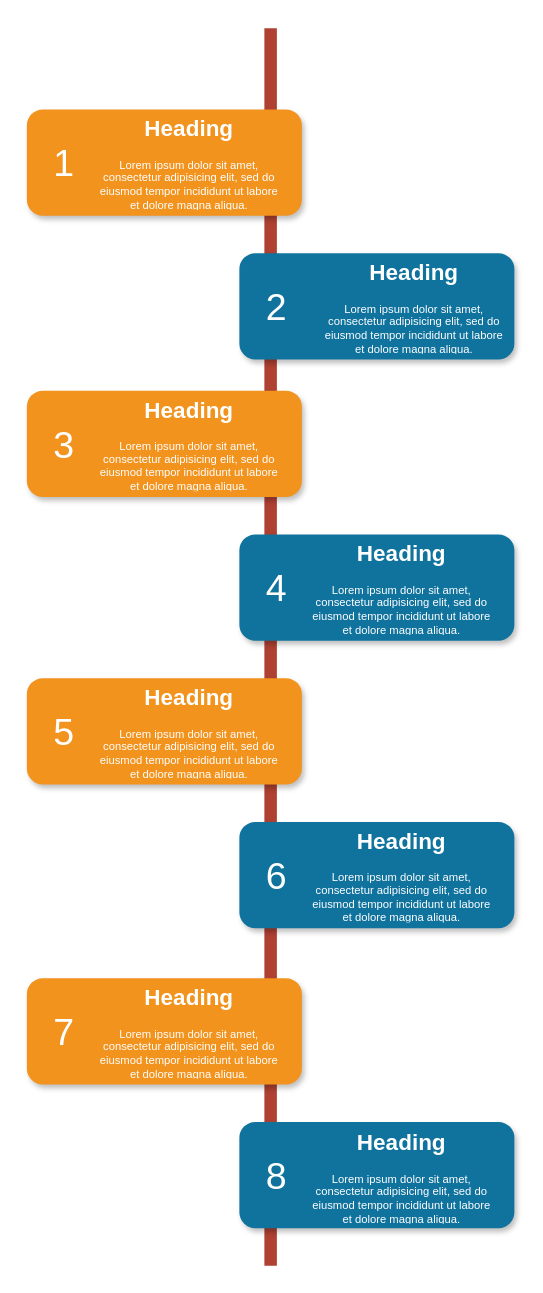
Above: Diagrama sem nome.drawio in lucasaraujo014/draw_io (draw.io), before the change. Source tidied: cells renumbered, new cells numbered last; positions are measured from the earlier drawing's top-left corner, leaving out a move shared by most shapes. Both pictures are drawn from the tidied source at 125%, with x=0, y=0 at pixel (26, 28).
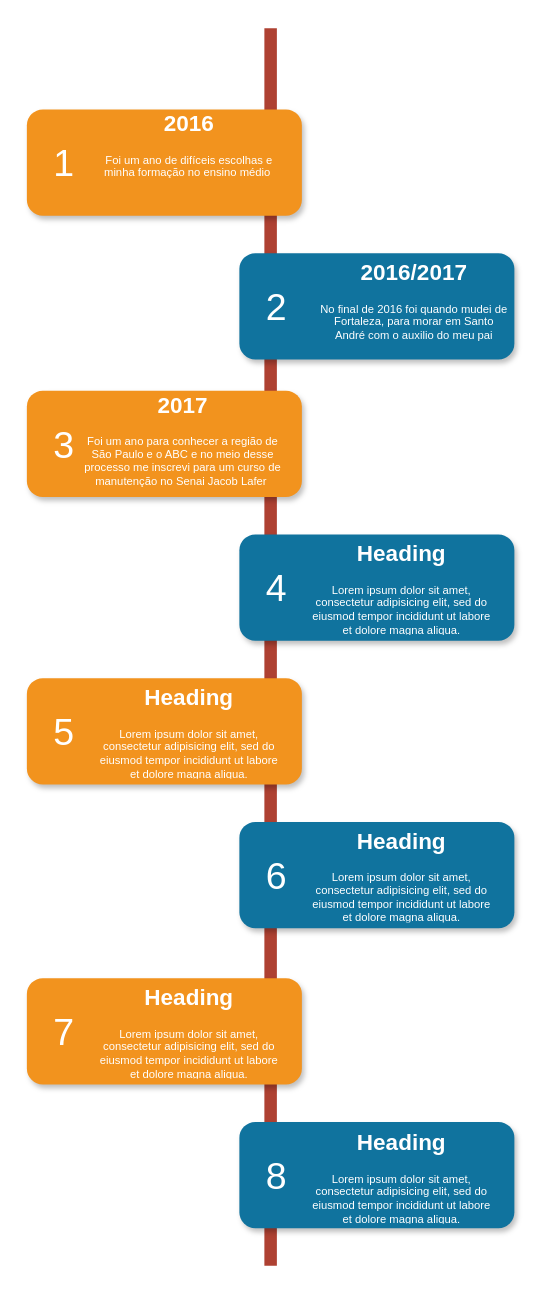
The same diagram, later.

Commit message:
linha_vida

The edit, as a diff of the source:
```diff
@@
-    <mxCell id="19" value="&lt;h1&gt;Heading&lt;/h1&gt;&lt;p&gt;Lorem ipsum dolor sit amet, consectetur adipisicing elit, sed do eiusmod tempor incididunt ut labore et dolore magna aliqua.&lt;/p&gt;" style="text;html=1;spacing=5;spacingTop=-20;whiteSpace=wrap;overflow=hidden;strokeColor=none;strokeWidth=4;fillColor=none;gradientColor=#007FFF;fontSize=9;fontColor=#FFFFFF;align=center;" parent="1" vertex="1">
-      <mxGeometry x="50" y="69" width="160" height="77" as="geometry" />
+    <mxCell id="19" value="&lt;h1&gt;2016&lt;/h1&gt;&lt;p&gt;Foi um ano de difíceis escolhas e minha formação no ensino médio&amp;nbsp;&lt;/p&gt;" style="text;html=1;spacing=5;spacingTop=-20;whiteSpace=wrap;overflow=hidden;strokeColor=none;strokeWidth=4;fillColor=none;gradientColor=#007FFF;fontSize=9;fontColor=#FFFFFF;align=center;" parent="1" vertex="1">
+      <mxGeometry x="50" y="65" width="160" height="77" as="geometry" />
     </mxCell>
-    <mxCell id="20" value="&lt;h1&gt;Heading&lt;/h1&gt;&lt;p&gt;Lorem ipsum dolor sit amet, consectetur adipisicing elit, sed do eiusmod tempor incididunt ut labore et dolore magna aliqua.&lt;/p&gt;" style="text;html=1;spacing=5;spacingTop=-20;whiteSpace=wrap;overflow=hidden;strokeColor=none;strokeWidth=4;fillColor=none;gradientColor=#007FFF;fontSize=9;fontColor=#FFFFFF;align=center;" parent="1" vertex="1">
+    <mxCell id="20" value="&lt;h1&gt;2016/2017&lt;/h1&gt;&lt;p&gt;No final de 2016 foi quando mudei de Fortaleza, para morar em Santo André com o auxilio do meu pai&lt;/p&gt;" style="text;html=1;spacing=5;spacingTop=-20;whiteSpace=wrap;overflow=hidden;strokeColor=none;strokeWidth=4;fillColor=none;gradientColor=#007FFF;fontSize=9;fontColor=#FFFFFF;align=center;" parent="1" vertex="1">
       <mxGeometry x="230" y="184" width="160" height="77" as="geometry" />
     </mxCell>
-    <mxCell id="21" value="&lt;h1&gt;Heading&lt;/h1&gt;&lt;p&gt;Lorem ipsum dolor sit amet, consectetur adipisicing elit, sed do eiusmod tempor incididunt ut labore et dolore magna aliqua.&lt;/p&gt;" style="text;html=1;spacing=5;spacingTop=-20;whiteSpace=wrap;overflow=hidden;strokeColor=none;strokeWidth=4;fillColor=none;gradientColor=#007FFF;fontSize=9;fontColor=#FFFFFF;align=center;" parent="1" vertex="1">
-      <mxGeometry x="50" y="294" width="160" height="77" as="geometry" />
+    <mxCell id="21" value="&lt;h1&gt;2017&lt;/h1&gt;&lt;p&gt;Foi um ano para conhecer a região de São Paulo e o ABC e no meio desse processo me inscrevi para um curso de manutenção no Senai Jacob Lafer&amp;nbsp;&lt;/p&gt;" style="text;html=1;spacing=5;spacingTop=-20;whiteSpace=wrap;overflow=hidden;strokeColor=none;strokeWidth=4;fillColor=none;gradientColor=#007FFF;fontSize=9;fontColor=#FFFFFF;align=center;" parent="1" vertex="1">
+      <mxGeometry x="40" y="289.5" width="170" height="86" as="geometry" />
     </mxCell>
```
